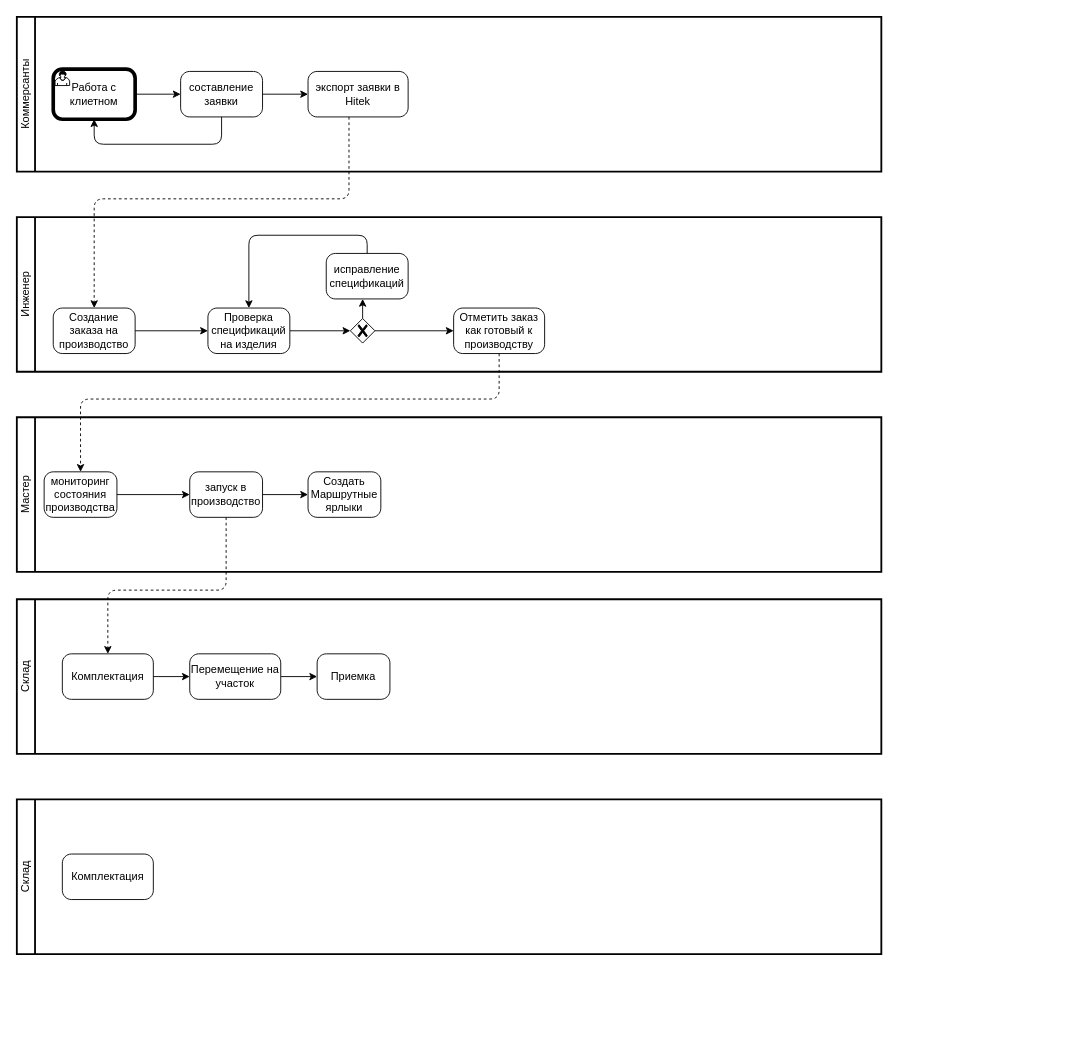
Earlier version of the draw.io diagram HiTek_start.drawio (sashok74/diagrams). Source tidied: cells renumbered, new cells numbered last; positions are measured from the earlier drawing's top-left corner, leaving out a move shared by most shapes. Both pictures are drawn from the tidied source at 91%, with x=0, y=0 at pixel (16, 16).
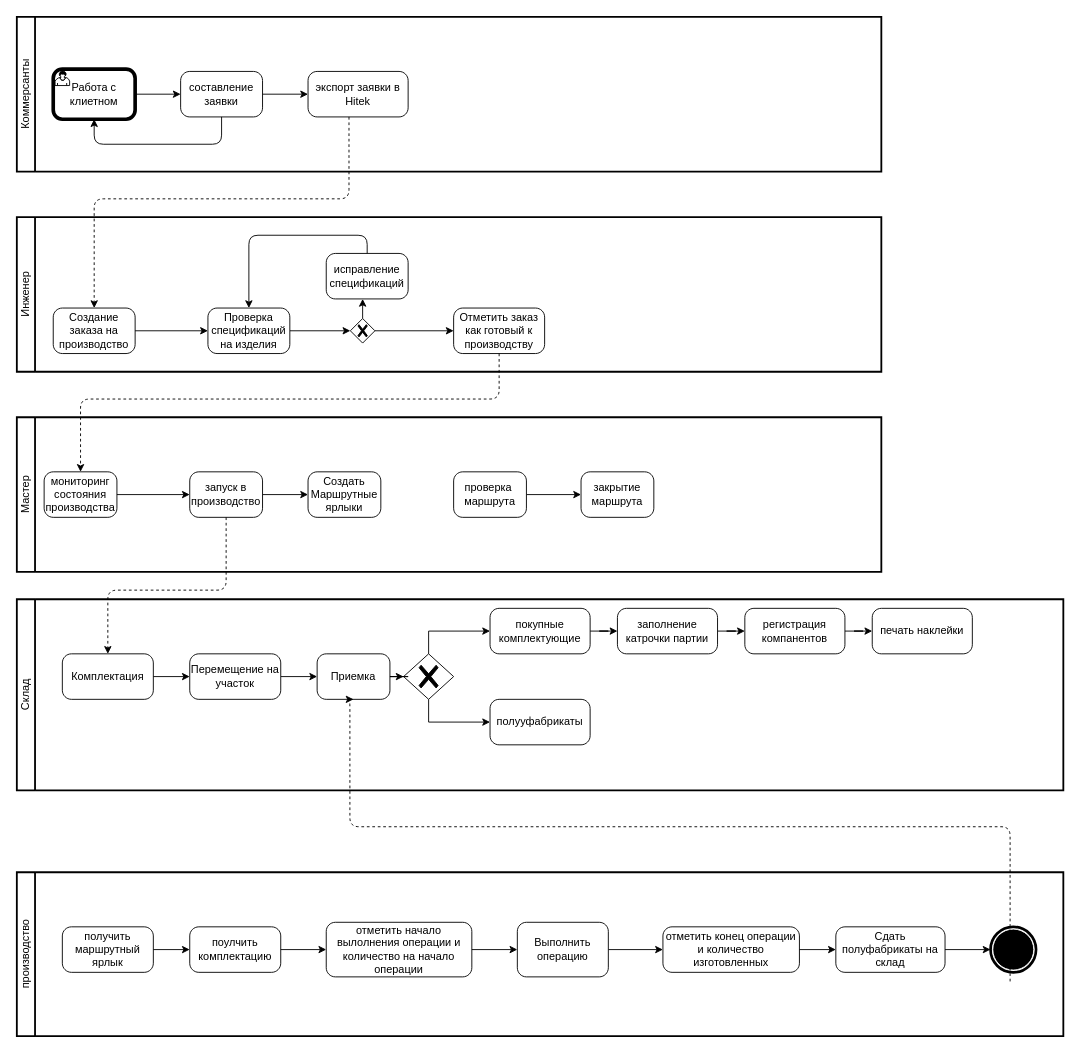
Above is the later version.

The change refers to these unchanged cells:
```xml
<mxCell id="21" value="Мастер" style="swimlane;html=1;startSize=20;fontStyle=0;horizontal=0;swimlaneLine=1;swimlaneFillColor=#ffffff;strokeWidth=2;whiteSpace=wrap;" parent="1" vertex="1">
  <mxGeometry y="440" width="950" height="170" as="geometry" />
</mxCell>
<mxCell id="33" value="Приемка" style="points=[[0.25,0,0],[0.5,0,0],[0.75,0,0],[1,0.25,0],[1,0.5,0],[1,0.75,0],[0.75,1,0],[0.5,1,0],[0.25,1,0],[0,0.75,0],[0,0.5,0],[0,0.25,0]];shape=mxgraph.bpmn.task;whiteSpace=wrap;rectStyle=rounded;size=10;html=1;taskMarker=abstract;" parent="1" vertex="1">
  <mxGeometry x="330" y="700" width="80" height="50" as="geometry" />
</mxCell>
```

Diff of the diagram source:
```diff
@@
+    <mxCell id="37" value="закрытие маршрута" style="points=[[0.25,0,0],[0.5,0,0],[0.75,0,0],[1,0.25,0],[1,0.5,0],[1,0.75,0],[0.75,1,0],[0.5,1,0],[0.25,1,0],[0,0.75,0],[0,0.5,0],[0,0.25,0]];shape=mxgraph.bpmn.task;whiteSpace=wrap;rectStyle=rounded;size=10;html=1;taskMarker=abstract;" parent="21" vertex="1">
+      <mxGeometry x="620" y="60" width="80" height="50" as="geometry" />
+    </mxCell>
@@
     <mxCell id="27" value="Склад" style="swimlane;html=1;startSize=20;fontStyle=0;horizontal=0;swimlaneLine=1;swimlaneFillColor=#ffffff;strokeWidth=2;whiteSpace=wrap;" parent="1" vertex="1">
-      <mxGeometry y="640" width="950" height="170" as="geometry" />
+      <mxGeometry y="640" width="1150" height="210" as="geometry" />
     </mxCell>
@@
+    <mxCell id="38" style="points=[[0.25,0.25,0],[0.5,0,0],[0.75,0.25,0],[1,0.5,0],[0.75,0.75,0],[0.5,1,0],[0.25,0.75,0],[0,0.5,0]];shape=mxgraph.bpmn.gateway2;html=1;verticalLabelPosition=bottom;labelBackgroundColor=#ffffff;verticalAlign=top;align=center;perimeter=rhombusPerimeter;outlineConnect=0;outline=none;symbol=none;gwType=exclusive;" parent="27" vertex="1">
+      <mxGeometry x="425" y="60" width="55" height="50" as="geometry" />
+    </mxCell>
+    <mxCell id="39" value="покупные комплектующие" style="points=[[0.25,0,0],[0.5,0,0],[0.75,0,0],[1,0.25,0],[1,0.5,0],[1,0.75,0],[0.75,1,0],[0.5,1,0],[0.25,1,0],[0,0.75,0],[0,0.5,0],[0,0.25,0]];shape=mxgraph.bpmn.task;whiteSpace=wrap;rectStyle=rounded;size=10;html=1;taskMarker=abstract;" parent="27" vertex="1">
+      <mxGeometry x="520" y="10" width="110" height="50" as="geometry" />
+    </mxCell>
+    <mxCell id="40" style="edgeStyle=orthogonalEdgeStyle;rounded=0;jettySize=auto;html=1;" parent="27" edge="1" source="38" target="39">
+      <mxGeometry relative="1" as="geometry">
+        <Array as="points">
+          <mxPoint x="453" y="35" />
+        </Array>
+      </mxGeometry>
+    </mxCell>
+    <mxCell id="41" value="полууфабрикаты" style="points=[[0.25,0,0],[0.5,0,0],[0.75,0,0],[1,0.25,0],[1,0.5,0],[1,0.75,0],[0.75,1,0],[0.5,1,0],[0.25,1,0],[0,0.75,0],[0,0.5,0],[0,0.25,0]];shape=mxgraph.bpmn.task;whiteSpace=wrap;rectStyle=rounded;size=10;html=1;taskMarker=abstract;" parent="27" vertex="1">
+      <mxGeometry x="520" y="110" width="110" height="50" as="geometry" />
+    </mxCell>
+    <mxCell id="42" style="edgeStyle=orthogonalEdgeStyle;rounded=0;jettySize=auto;html=1;exitX=0.5;exitY=1;exitDx=0;exitDy=0;exitPerimeter=0;" parent="27" edge="1" source="38" target="41">
+      <mxGeometry relative="1" as="geometry" />
+    </mxCell>
@@
+    <mxCell id="43" style="edgeStyle=orthogonalEdgeStyle;rounded=0;jettySize=auto;html=1;" parent="1" edge="1" source="33" target="38">
+      <mxGeometry relative="1" as="geometry" />
+    </mxCell>
@@
-    <mxCell id="35" value="Склад" style="swimlane;html=1;startSize=20;fontStyle=0;horizontal=0;swimlaneLine=1;swimlaneFillColor=#ffffff;strokeWidth=2;whiteSpace=wrap;" parent="1" vertex="1">
-      <mxGeometry y="860" width="950" height="170" as="geometry" />
+    <mxCell id="35" value="&lt;div&gt;производство&lt;/div&gt;" style="swimlane;html=1;startSize=20;fontStyle=0;horizontal=0;swimlaneLine=1;swimlaneFillColor=#ffffff;strokeWidth=2;whiteSpace=wrap;" parent="1" vertex="1">
+      <mxGeometry y="940" width="1150" height="180" as="geometry" />
     </mxCell>
-    <mxCell id="36" value="Комплектация" style="points=[[0.25,0,0],[0.5,0,0],[0.75,0,0],[1,0.25,0],[1,0.5,0],[1,0.75,0],[0.75,1,0],[0.5,1,0],[0.25,1,0],[0,0.75,0],[0,0.5,0],[0,0.25,0]];shape=mxgraph.bpmn.task;whiteSpace=wrap;rectStyle=rounded;size=10;html=1;taskMarker=abstract;" parent="35" vertex="1">
+    <mxCell id="36" value="получить маршрутный ярлык" style="points=[[0.25,0,0],[0.5,0,0],[0.75,0,0],[1,0.25,0],[1,0.5,0],[1,0.75,0],[0.75,1,0],[0.5,1,0],[0.25,1,0],[0,0.75,0],[0,0.5,0],[0,0.25,0]];shape=mxgraph.bpmn.task;whiteSpace=wrap;rectStyle=rounded;size=10;html=1;taskMarker=abstract;" parent="35" vertex="1">
       <mxGeometry x="50" y="60" width="100" height="50" as="geometry" />
     </mxCell>
+    <mxCell id="44" value="отметить начало вылолнения операции и количество на начало операции" style="points=[[0.25,0,0],[0.5,0,0],[0.75,0,0],[1,0.25,0],[1,0.5,0],[1,0.75,0],[0.75,1,0],[0.5,1,0],[0.25,1,0],[0,0.75,0],[0,0.5,0],[0,0.25,0]];shape=mxgraph.bpmn.task;whiteSpace=wrap;rectStyle=rounded;size=10;html=1;taskMarker=abstract;" parent="35" vertex="1">
+      <mxGeometry x="340" y="55" width="160" height="60" as="geometry" />
+    </mxCell>
+    <mxCell id="45" value="отметить конец операции и количество изготовленных" style="points=[[0.25,0,0],[0.5,0,0],[0.75,0,0],[1,0.25,0],[1,0.5,0],[1,0.75,0],[0.75,1,0],[0.5,1,0],[0.25,1,0],[0,0.75,0],[0,0.5,0],[0,0.25,0]];shape=mxgraph.bpmn.task;whiteSpace=wrap;rectStyle=rounded;size=10;html=1;taskMarker=abstract;" parent="35" vertex="1">
+      <mxGeometry x="710" y="60" width="150" height="50" as="geometry" />
+    </mxCell>
+    <mxCell id="46" value="поулчить комплектацию" style="points=[[0.25,0,0],[0.5,0,0],[0.75,0,0],[1,0.25,0],[1,0.5,0],[1,0.75,0],[0.75,1,0],[0.5,1,0],[0.25,1,0],[0,0.75,0],[0,0.5,0],[0,0.25,0]];shape=mxgraph.bpmn.task;whiteSpace=wrap;rectStyle=rounded;size=10;html=1;taskMarker=abstract;" parent="35" vertex="1">
+      <mxGeometry x="190" y="60" width="100" height="50" as="geometry" />
+    </mxCell>
+    <mxCell id="47" style="edgeStyle=orthogonalEdgeStyle;rounded=0;jettySize=auto;html=1;" parent="35" edge="1" source="36" target="46">
+      <mxGeometry relative="1" as="geometry" />
+    </mxCell>
+    <mxCell id="48" style="edgeStyle=orthogonalEdgeStyle;rounded=0;jettySize=auto;html=1;" parent="35" edge="1" source="46" target="44">
+      <mxGeometry relative="1" as="geometry" />
+    </mxCell>
+    <mxCell id="49" style="edgeStyle=orthogonalEdgeStyle;rounded=0;jettySize=auto;html=1;entryX=0;entryY=0.5;entryDx=0;entryDy=0;entryPerimeter=0;" parent="35" edge="1" source="50" target="45">
+      <mxGeometry relative="1" as="geometry" />
+    </mxCell>
+    <mxCell id="50" value="Выполнить операцию" style="points=[[0.25,0,0],[0.5,0,0],[0.75,0,0],[1,0.25,0],[1,0.5,0],[1,0.75,0],[0.75,1,0],[0.5,1,0],[0.25,1,0],[0,0.75,0],[0,0.5,0],[0,0.25,0]];shape=mxgraph.bpmn.task;whiteSpace=wrap;rectStyle=rounded;size=10;html=1;taskMarker=abstract;" parent="35" vertex="1">
+      <mxGeometry x="550" y="55" width="100" height="60" as="geometry" />
+    </mxCell>
+    <mxCell id="51" style="edgeStyle=orthogonalEdgeStyle;rounded=0;jettySize=auto;html=1;" parent="35" edge="1" source="44" target="50">
+      <mxGeometry relative="1" as="geometry" />
+    </mxCell>
+    <mxCell id="52" value="Сдать полуфабрикаты на склад" style="points=[[0.25,0,0],[0.5,0,0],[0.75,0,0],[1,0.25,0],[1,0.5,0],[1,0.75,0],[0.75,1,0],[0.5,1,0],[0.25,1,0],[0,0.75,0],[0,0.5,0],[0,0.25,0]];shape=mxgraph.bpmn.task;whiteSpace=wrap;rectStyle=rounded;size=10;html=1;taskMarker=abstract;" parent="35" vertex="1">
+      <mxGeometry x="900" y="60" width="120" height="50" as="geometry" />
+    </mxCell>
+    <mxCell id="53" style="edgeStyle=orthogonalEdgeStyle;rounded=0;jettySize=auto;html=1;" parent="35" edge="1" source="45" target="52">
+      <mxGeometry relative="1" as="geometry" />
+    </mxCell>
+    <mxCell id="54" style="points=[[0.145,0.145,0],[0.5,0,0],[0.855,0.145,0],[1,0.5,0],[0.855,0.855,0],[0.5,1,0],[0.145,0.855,0],[0,0.5,0]];shape=mxgraph.bpmn.event;html=1;verticalLabelPosition=bottom;labelBackgroundColor=#ffffff;verticalAlign=top;align=center;perimeter=ellipsePerimeter;outlineConnect=0;outline=end;symbol=terminate;" parent="35" vertex="1">
+      <mxGeometry x="1070" y="60" width="50" height="50" as="geometry" />
+    </mxCell>
+    <mxCell id="55" style="edgeStyle=orthogonalEdgeStyle;rounded=0;jettySize=auto;html=1;entryX=0;entryY=0.5;entryDx=0;entryDy=0;entryPerimeter=0;" parent="35" edge="1" source="52" target="54">
+      <mxGeometry relative="1" as="geometry" />
+    </mxCell>
+    <mxCell id="56" style="edgeStyle=orthogonalEdgeStyle;rounded=1;jettySize=auto;html=1;entryX=0.5;entryY=1;entryDx=0;entryDy=0;entryPerimeter=0;dashed=1;" parent="1" edge="1" target="33">
+      <mxGeometry relative="1" as="geometry">
+        <mxPoint x="1091.5" y="1060" as="sourcePoint" />
+        <Array as="points">
+          <mxPoint x="1091" y="890" />
+          <mxPoint x="366" y="890" />
+          <mxPoint x="366" y="750" />
+        </Array>
+      </mxGeometry>
+    </mxCell>
+    <mxCell id="57" style="edgeStyle=orthogonalEdgeStyle;rounded=0;jettySize=auto;html=1;" parent="1" edge="1" source="58" target="37">
+      <mxGeometry relative="1" as="geometry" />
+    </mxCell>
+    <mxCell id="58" value="проверка&amp;nbsp; маршрута" style="points=[[0.25,0,0],[0.5,0,0],[0.75,0,0],[1,0.25,0],[1,0.5,0],[1,0.75,0],[0.75,1,0],[0.5,1,0],[0.25,1,0],[0,0.75,0],[0,0.5,0],[0,0.25,0]];shape=mxgraph.bpmn.task;whiteSpace=wrap;rectStyle=rounded;size=10;html=1;taskMarker=abstract;" parent="1" vertex="1">
+      <mxGeometry x="480" y="500" width="80" height="50" as="geometry" />
+    </mxCell>
+    <mxCell id="59" style="edgeStyle=orthogonalEdgeStyle;rounded=0;jettySize=auto;html=1;" parent="1" edge="1" source="60" target="63">
+      <mxGeometry relative="1" as="geometry" />
+    </mxCell>
+    <mxCell id="60" value="заполнение катрочки партии " style="points=[[0.25,0,0],[0.5,0,0],[0.75,0,0],[1,0.25,0],[1,0.5,0],[1,0.75,0],[0.75,1,0],[0.5,1,0],[0.25,1,0],[0,0.75,0],[0,0.5,0],[0,0.25,0]];shape=mxgraph.bpmn.task;whiteSpace=wrap;rectStyle=rounded;size=10;html=1;taskMarker=abstract;" parent="1" vertex="1">
+      <mxGeometry x="660" y="650" width="110" height="50" as="geometry" />
+    </mxCell>
+    <mxCell id="61" style="edgeStyle=orthogonalEdgeStyle;rounded=0;jettySize=auto;html=1;" parent="1" edge="1" source="39" target="60">
+      <mxGeometry relative="1" as="geometry" />
+    </mxCell>
+    <mxCell id="62" style="edgeStyle=orthogonalEdgeStyle;rounded=0;jettySize=auto;html=1;" parent="1" edge="1" source="63" target="64">
+      <mxGeometry relative="1" as="geometry" />
+    </mxCell>
+    <mxCell id="63" value="регистрация компанентов" style="points=[[0.25,0,0],[0.5,0,0],[0.75,0,0],[1,0.25,0],[1,0.5,0],[1,0.75,0],[0.75,1,0],[0.5,1,0],[0.25,1,0],[0,0.75,0],[0,0.5,0],[0,0.25,0]];shape=mxgraph.bpmn.task;whiteSpace=wrap;rectStyle=rounded;size=10;html=1;taskMarker=abstract;" parent="1" vertex="1">
+      <mxGeometry x="800" y="650" width="110" height="50" as="geometry" />
+    </mxCell>
+    <mxCell id="64" value="печать наклейки " style="points=[[0.25,0,0],[0.5,0,0],[0.75,0,0],[1,0.25,0],[1,0.5,0],[1,0.75,0],[0.75,1,0],[0.5,1,0],[0.25,1,0],[0,0.75,0],[0,0.5,0],[0,0.25,0]];shape=mxgraph.bpmn.task;whiteSpace=wrap;rectStyle=rounded;size=10;html=1;taskMarker=abstract;" parent="1" vertex="1">
+      <mxGeometry x="940" y="650" width="110" height="50" as="geometry" />
+    </mxCell>
```
